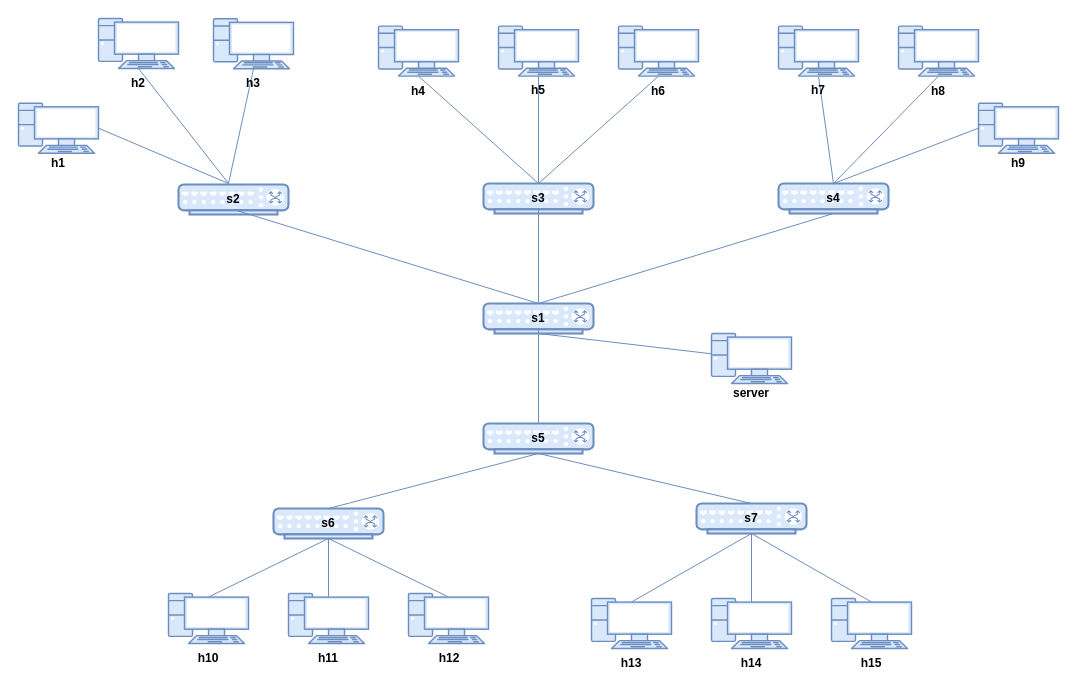
Before: learn topologi.drawio in mnabila/learningMininet, a draw.io diagram. Source tidied: cells renumbered, new cells numbered last; positions are measured from the earlier drawing's top-left corner, leaving out a move shared by most shapes. Both pictures are drawn from the tidied source at 100%, with x=0, y=0 at pixel (18, 18).
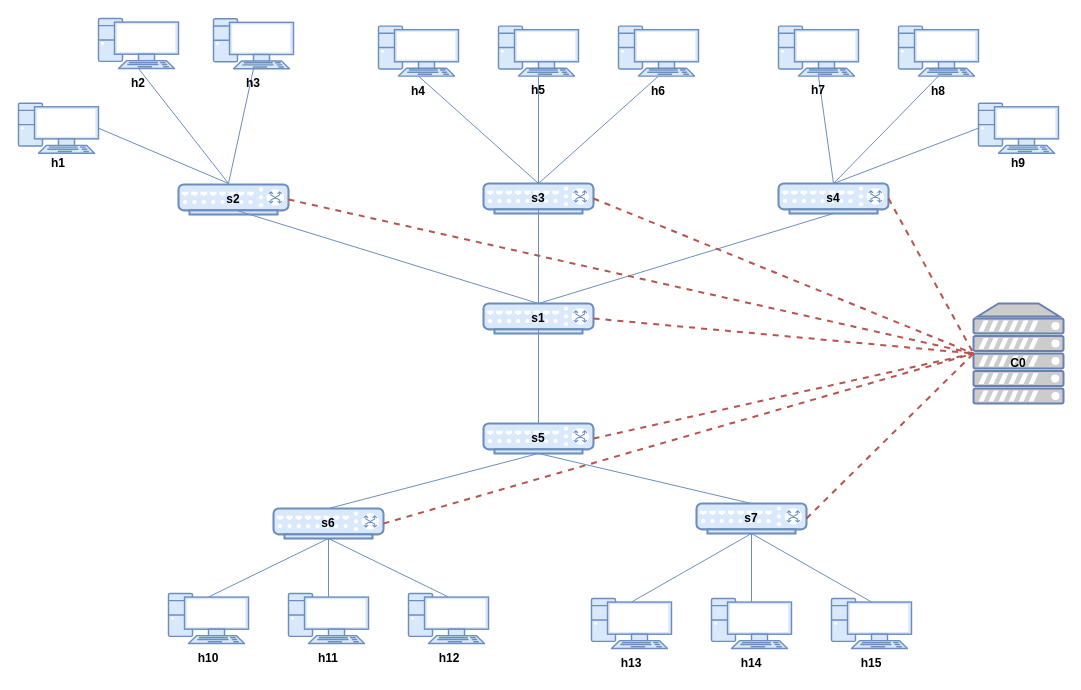
The same diagram, later.

Unchanged cells that the change refers to:
```xml
<mxCell id="4" style="verticalAlign=top;verticalLabelPosition=bottom;labelPosition=center;align=center;html=1;outlineConnect=0;fillColor=#dae8fc;strokeColor=#6c8ebf;gradientDirection=north;strokeWidth=2;shape=mxgraph.networks.switch;fontSize=12;" parent="1" vertex="1">
  <mxGeometry x="465" y="285" width="110" height="30" as="geometry" />
</mxCell>
<mxCell id="5" style="verticalAlign=top;verticalLabelPosition=bottom;labelPosition=center;align=center;html=1;outlineConnect=0;fillColor=#dae8fc;strokeColor=#6c8ebf;gradientDirection=north;strokeWidth=2;shape=mxgraph.networks.switch;fontSize=12;" parent="1" vertex="1">
  <mxGeometry x="465" y="165" width="110" height="30" as="geometry" />
</mxCell>
<mxCell id="6" style="verticalAlign=top;verticalLabelPosition=bottom;labelPosition=center;align=center;html=1;outlineConnect=0;fillColor=#dae8fc;strokeColor=#6c8ebf;gradientDirection=north;strokeWidth=2;shape=mxgraph.networks.switch;fontSize=12;" parent="1" vertex="1">
  <mxGeometry x="160" y="166" width="110" height="30" as="geometry" />
</mxCell>
<mxCell id="8" style="verticalAlign=top;verticalLabelPosition=bottom;labelPosition=center;align=center;html=1;outlineConnect=0;fillColor=#dae8fc;strokeColor=#6c8ebf;gradientDirection=north;strokeWidth=2;shape=mxgraph.networks.switch;fontSize=12;" parent="1" vertex="1">
  <mxGeometry x="760" y="165" width="110" height="30" as="geometry" />
</mxCell>
<mxCell id="43" style="verticalAlign=top;verticalLabelPosition=bottom;labelPosition=center;align=center;html=1;outlineConnect=0;fillColor=#dae8fc;strokeColor=#6c8ebf;gradientDirection=north;strokeWidth=2;shape=mxgraph.networks.switch;fontSize=12;" parent="1" vertex="1">
  <mxGeometry x="465" y="405" width="110" height="30" as="geometry" />
</mxCell>
<mxCell id="46" style="verticalAlign=top;verticalLabelPosition=bottom;labelPosition=center;align=center;html=1;outlineConnect=0;fillColor=#dae8fc;strokeColor=#6c8ebf;gradientDirection=north;strokeWidth=2;shape=mxgraph.networks.switch;fontSize=12;" parent="1" vertex="1">
  <mxGeometry x="255" y="490" width="110" height="30" as="geometry" />
</mxCell>
<mxCell id="50" style="verticalAlign=top;verticalLabelPosition=bottom;labelPosition=center;align=center;html=1;outlineConnect=0;fillColor=#dae8fc;strokeColor=#6c8ebf;gradientDirection=north;strokeWidth=2;shape=mxgraph.networks.switch;fontSize=12;" parent="1" vertex="1">
  <mxGeometry x="678" y="485" width="110" height="30" as="geometry" />
</mxCell>
```

The edit, as a diff of the source:
```diff
@@
-    <mxCell id="67" style="verticalAlign=top;verticalLabelPosition=bottom;labelPosition=center;align=center;html=1;outlineConnect=0;fillColor=#dae8fc;strokeColor=#6c8ebf;gradientDirection=north;strokeWidth=2;shape=mxgraph.networks.pc;fontSize=12;" parent="1" vertex="1">
-      <mxGeometry x="693" y="315" width="80" height="50" as="geometry" />
-    </mxCell>
-    <mxCell id="68" value="&lt;b style=&quot;font-size: 12px&quot;&gt;&lt;font style=&quot;font-size: 12px&quot;&gt;server&lt;/font&gt;&lt;/b&gt;" style="text;html=1;strokeColor=none;fillColor=none;align=center;verticalAlign=middle;whiteSpace=wrap;rounded=0;fontSize=12;" parent="1" vertex="1">
-      <mxGeometry x="713" y="365" width="40" height="20" as="geometry" />
-    </mxCell>
-    <mxCell id="69" style="edgeStyle=none;rounded=0;jettySize=auto;html=1;entryX=0.5;entryY=1;entryDx=0;entryDy=0;entryPerimeter=0;endArrow=none;endFill=0;fontSize=12;fillColor=#dae8fc;strokeColor=#6c8ebf;" parent="1" edge="1" source="67" target="4">
-      <mxGeometry relative="1" as="geometry" />
-    </mxCell>
+    <mxCell id="70" style="fontColor=#0066CC;verticalAlign=top;verticalLabelPosition=bottom;labelPosition=center;align=center;html=1;outlineConnect=0;fillColor=#CCCCCC;strokeColor=#6881B3;gradientColor=none;gradientDirection=north;strokeWidth=2;shape=mxgraph.networks.server;" parent="1" vertex="1">
+      <mxGeometry x="955" y="285" width="90" height="100" as="geometry" />
+    </mxCell>
+    <mxCell id="71" style="endArrow=none;dashed=1;html=1;strokeWidth=2;fillColor=#f8cecc;strokeColor=#b85450;exitX=1;exitY=0.5;exitDx=0;exitDy=0;exitPerimeter=0;entryX=0;entryY=0.5;entryDx=0;entryDy=0;entryPerimeter=0;" parent="1" edge="1" source="50" target="70">
+      <mxGeometry relative="1" as="geometry" />
+    </mxCell>
+    <mxCell id="72" style="endArrow=none;dashed=1;html=1;strokeWidth=2;fillColor=#f8cecc;strokeColor=#b85450;exitX=1;exitY=0.5;exitDx=0;exitDy=0;exitPerimeter=0;entryX=0;entryY=0.5;entryDx=0;entryDy=0;entryPerimeter=0;" parent="1" edge="1" source="43" target="70">
+      <mxGeometry relative="1" as="geometry" />
+    </mxCell>
+    <mxCell id="73" style="endArrow=none;dashed=1;html=1;strokeWidth=2;fillColor=#f8cecc;strokeColor=#b85450;exitX=1;exitY=0.5;exitDx=0;exitDy=0;exitPerimeter=0;entryX=0;entryY=0.5;entryDx=0;entryDy=0;entryPerimeter=0;" parent="1" edge="1" source="46" target="70">
+      <mxGeometry relative="1" as="geometry" />
+    </mxCell>
+    <mxCell id="74" style="endArrow=none;dashed=1;html=1;strokeWidth=2;fillColor=#f8cecc;strokeColor=#b85450;exitX=1;exitY=0.5;exitDx=0;exitDy=0;exitPerimeter=0;entryX=0;entryY=0.5;entryDx=0;entryDy=0;entryPerimeter=0;" parent="1" edge="1" source="4" target="70">
+      <mxGeometry relative="1" as="geometry" />
+    </mxCell>
+    <mxCell id="75" style="endArrow=none;dashed=1;html=1;strokeWidth=2;fillColor=#f8cecc;strokeColor=#b85450;exitX=1;exitY=0.5;exitDx=0;exitDy=0;exitPerimeter=0;entryX=0;entryY=0.5;entryDx=0;entryDy=0;entryPerimeter=0;" parent="1" edge="1" source="8" target="70">
+      <mxGeometry relative="1" as="geometry" />
+    </mxCell>
+    <mxCell id="76" style="endArrow=none;dashed=1;html=1;strokeWidth=2;fillColor=#f8cecc;strokeColor=#b85450;exitX=1;exitY=0.5;exitDx=0;exitDy=0;exitPerimeter=0;entryX=0;entryY=0.5;entryDx=0;entryDy=0;entryPerimeter=0;" parent="1" edge="1" source="5" target="70">
+      <mxGeometry relative="1" as="geometry" />
+    </mxCell>
+    <mxCell id="77" style="endArrow=none;dashed=1;html=1;strokeWidth=2;fillColor=#f8cecc;strokeColor=#b85450;entryX=0;entryY=0.5;entryDx=0;entryDy=0;entryPerimeter=0;exitX=1;exitY=0.5;exitDx=0;exitDy=0;exitPerimeter=0;" parent="1" edge="1" source="6" target="70">
+      <mxGeometry relative="1" as="geometry" />
+    </mxCell>
+    <mxCell id="78" value="&lt;b&gt;C0&lt;/b&gt;" style="text;html=1;strokeColor=none;fillColor=none;align=center;verticalAlign=middle;whiteSpace=wrap;rounded=0;fontSize=12;" parent="1" vertex="1">
+      <mxGeometry x="980" y="335" width="40" height="20" as="geometry" />
+    </mxCell>
```
